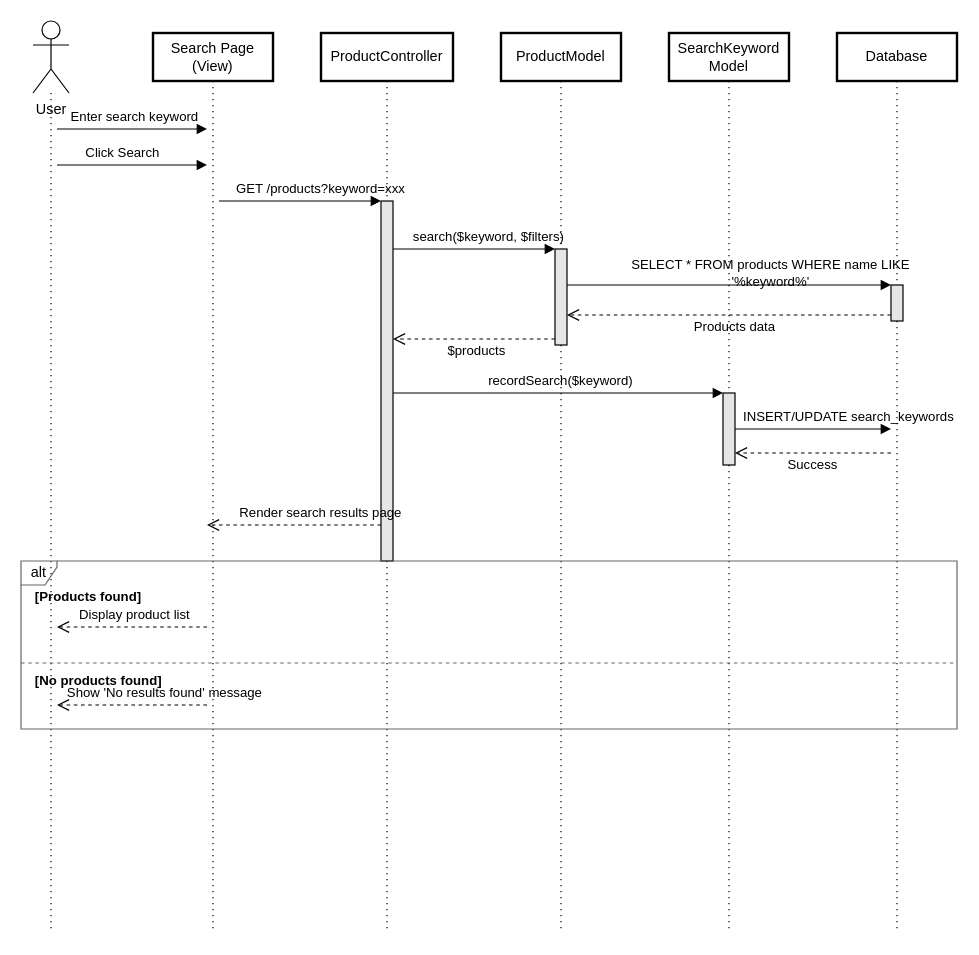
Earlier version of the draw.io diagram docs/diagrams/product_search_sequence_diagram.drawio (tdat-dev/UniMarket). Source tidied: cells renumbered, new cells numbered last; positions are measured from the earlier drawing's top-left corner, leaving out a move shared by most shapes. Both pictures are drawn from the tidied source at 120%, with x=0, y=0 at pixel (20, 20).
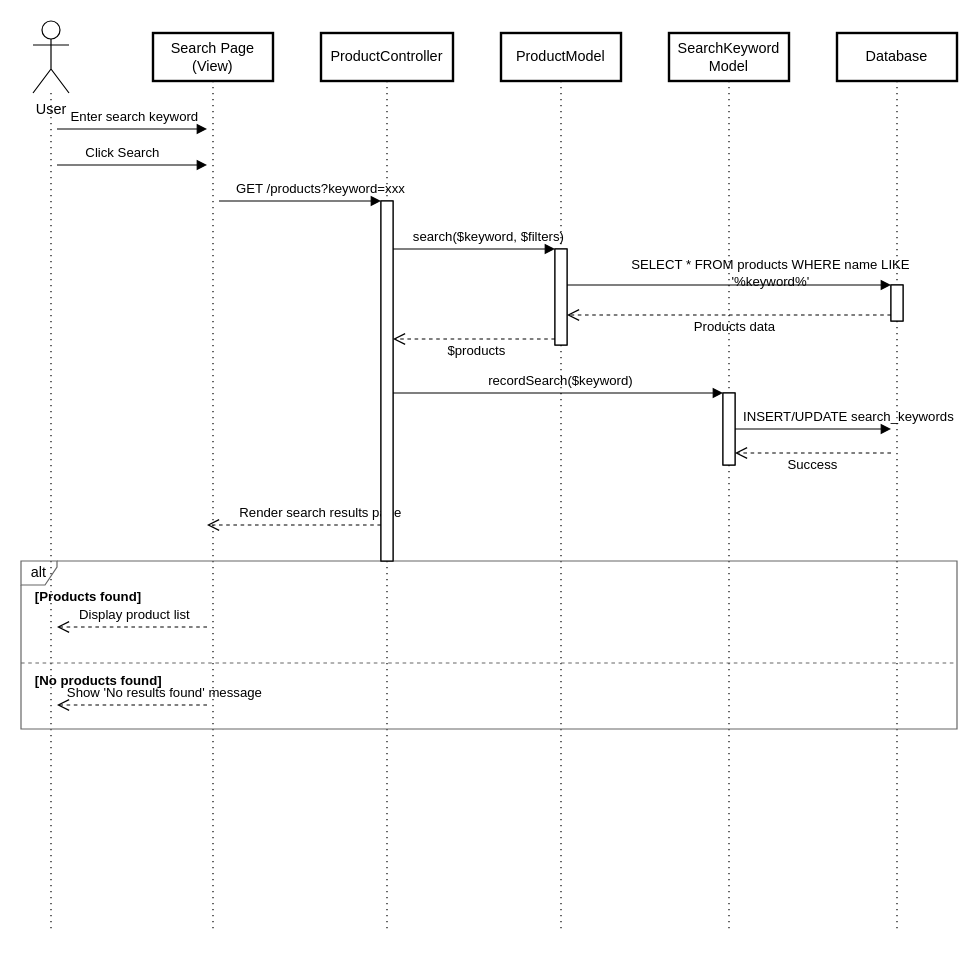
After the change.

Change to the diagram source:
```diff
@@
+    <mxCell id="48" style="html=1;perimeter=orthogonalPerimeter;targetShapes=umlLifeline;newEdgeStyle={&quot;curved&quot;:0,&quot;rounded&quot;:0};" parent="1" vertex="1">
+      <mxGeometry x="300" y="150" width="10" height="300" as="geometry" />
+    </mxCell>
+    <mxCell id="49" style="html=1;perimeter=orthogonalPerimeter;targetShapes=umlLifeline;newEdgeStyle={&quot;curved&quot;:0,&quot;rounded&quot;:0};" parent="1" vertex="1">
+      <mxGeometry x="445" y="190" width="10" height="80" as="geometry" />
+    </mxCell>
+    <mxCell id="50" style="html=1;perimeter=orthogonalPerimeter;targetShapes=umlLifeline;newEdgeStyle={&quot;curved&quot;:0,&quot;rounded&quot;:0};" parent="1" vertex="1">
+      <mxGeometry x="585" y="310" width="10" height="60" as="geometry" />
+    </mxCell>
+    <mxCell id="51" style="html=1;perimeter=orthogonalPerimeter;targetShapes=umlLifeline;newEdgeStyle={&quot;curved&quot;:0,&quot;rounded&quot;:0};" parent="1" vertex="1">
+      <mxGeometry x="725" y="220" width="10" height="30" as="geometry" />
+    </mxCell>
```
